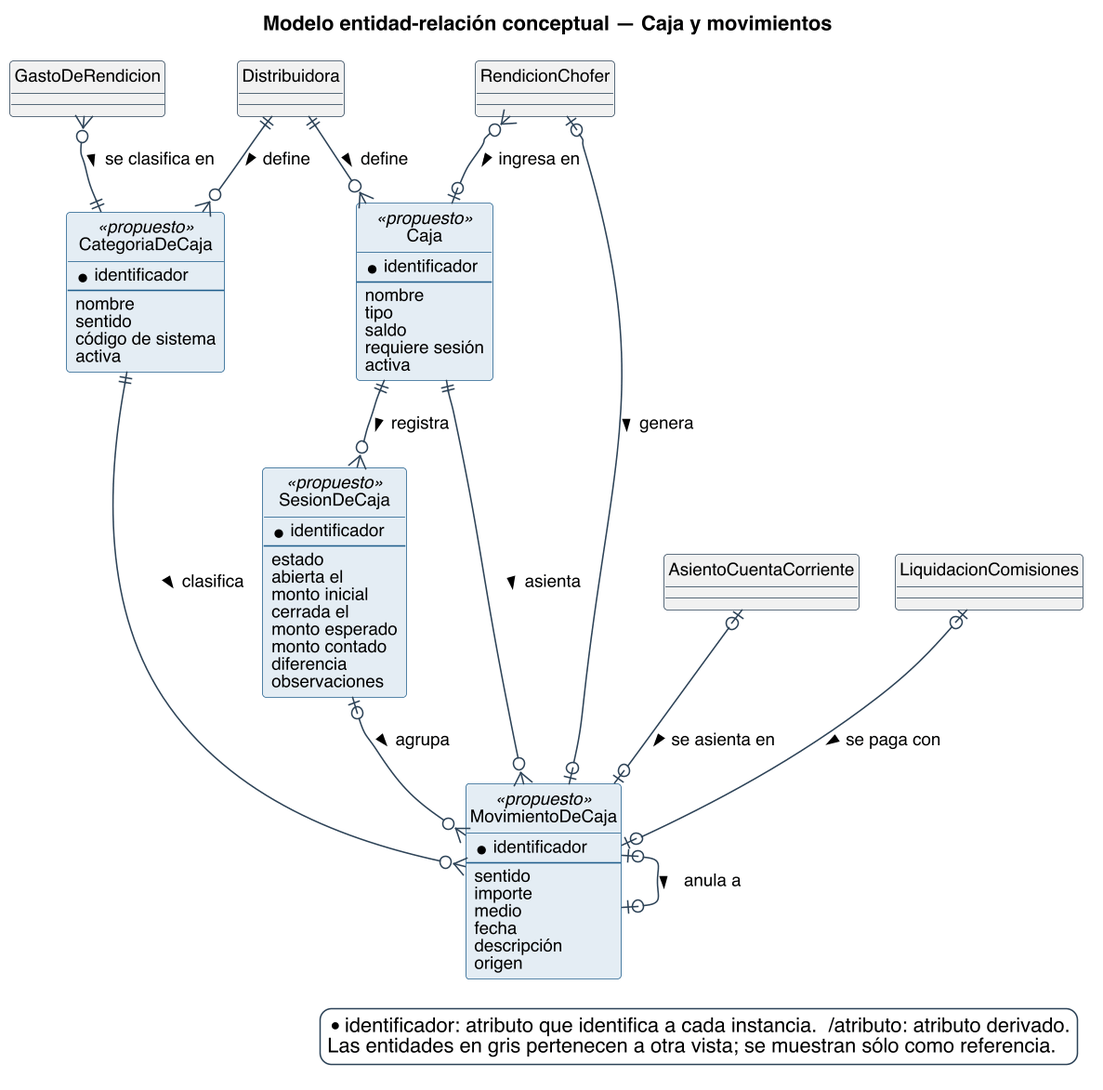
Above: diagramas/base-de-datos/conceptual/SPLG-der-12-caja-y-movimientos.png in Nahuelito-Dev/splg-docs (PlantUML), before the change.
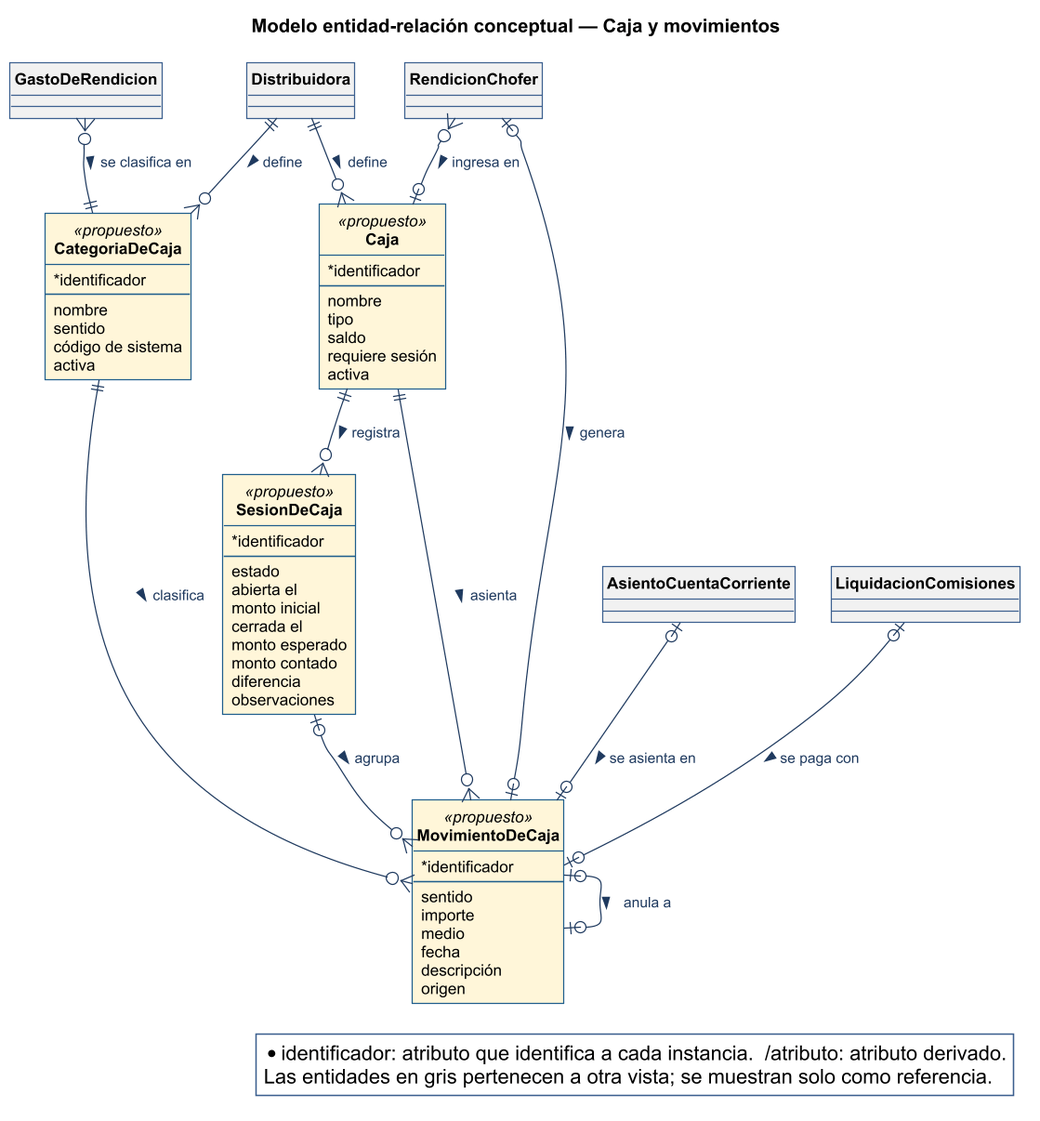
After the commit.

The edit, as a diff of the source:
```diff
@@ -1,16 +1,6 @@
 @startuml
 title Modelo entidad-relación conceptual — Caja y movimientos
-skinparam backgroundColor #FFFFFF
-skinparam shadowing false
-skinparam defaultFontName Helvetica
-skinparam defaultFontSize 12
-skinparam dpi 150
-skinparam class {
-  BorderColor #2C4257
-  BackgroundColor #FFFFFF
-  ArrowColor #2C4257
-  FontSize 12
-}
+!include ../../estilo-vp.iuml
 skinparam entity<<ajena>> {
   BackgroundColor #F1F1F1
   BorderColor #8A97A3
@@ -18,21 +8,19 @@
 }
 skinparam class<<propuesto>> {
   BorderColor #1F5E8C
-  BackgroundColor #E4EDF4
+  BackgroundColor #FFF6D9
 }
 skinparam entity<<propuesto>> {
   BorderColor #1F5E8C
-  BackgroundColor #E4EDF4
+  BackgroundColor #FFF6D9
 }
-skinparam legendBackgroundColor #FFFFFF
-skinparam legendBorderColor #2C4257
 
 hide circle
 
 skinparam nodesep 25
 skinparam ranksep 45
 
-entity Caja <<propuesto>> #E4EDF4;line:1F5E8C {
+entity Caja <<propuesto>> #FFF6D9;line:1F5E8C {
   * identificador
   --
   {field} nombre
@@ -41,7 +29,7 @@
   {field} requiere sesión
   {field} activa
 }
-entity SesionDeCaja <<propuesto>> #E4EDF4;line:1F5E8C {
+entity SesionDeCaja <<propuesto>> #FFF6D9;line:1F5E8C {
   * identificador
   --
   {field} estado
@@ -53,7 +41,7 @@
   {field} diferencia
   {field} observaciones
 }
-entity CategoriaDeCaja <<propuesto>> #E4EDF4;line:1F5E8C {
+entity CategoriaDeCaja <<propuesto>> #FFF6D9;line:1F5E8C {
   * identificador
   --
   {field} nombre
@@ -61,7 +49,7 @@
   {field} código de sistema
   {field} activa
 }
-entity MovimientoDeCaja <<propuesto>> #E4EDF4;line:1F5E8C {
+entity MovimientoDeCaja <<propuesto>> #FFF6D9;line:1F5E8C {
   * identificador
   --
   {field} sentido
@@ -97,6 +85,6 @@
 
 legend bottom right
   * identificador: atributo que identifica a cada instancia.  /atributo: atributo derivado.
-  Las entidades en gris pertenecen a otra vista; se muestran sólo como referencia.
+  Las entidades en gris pertenecen a otra vista; se muestran solo como referencia.
 endlegend
 @enduml
```
